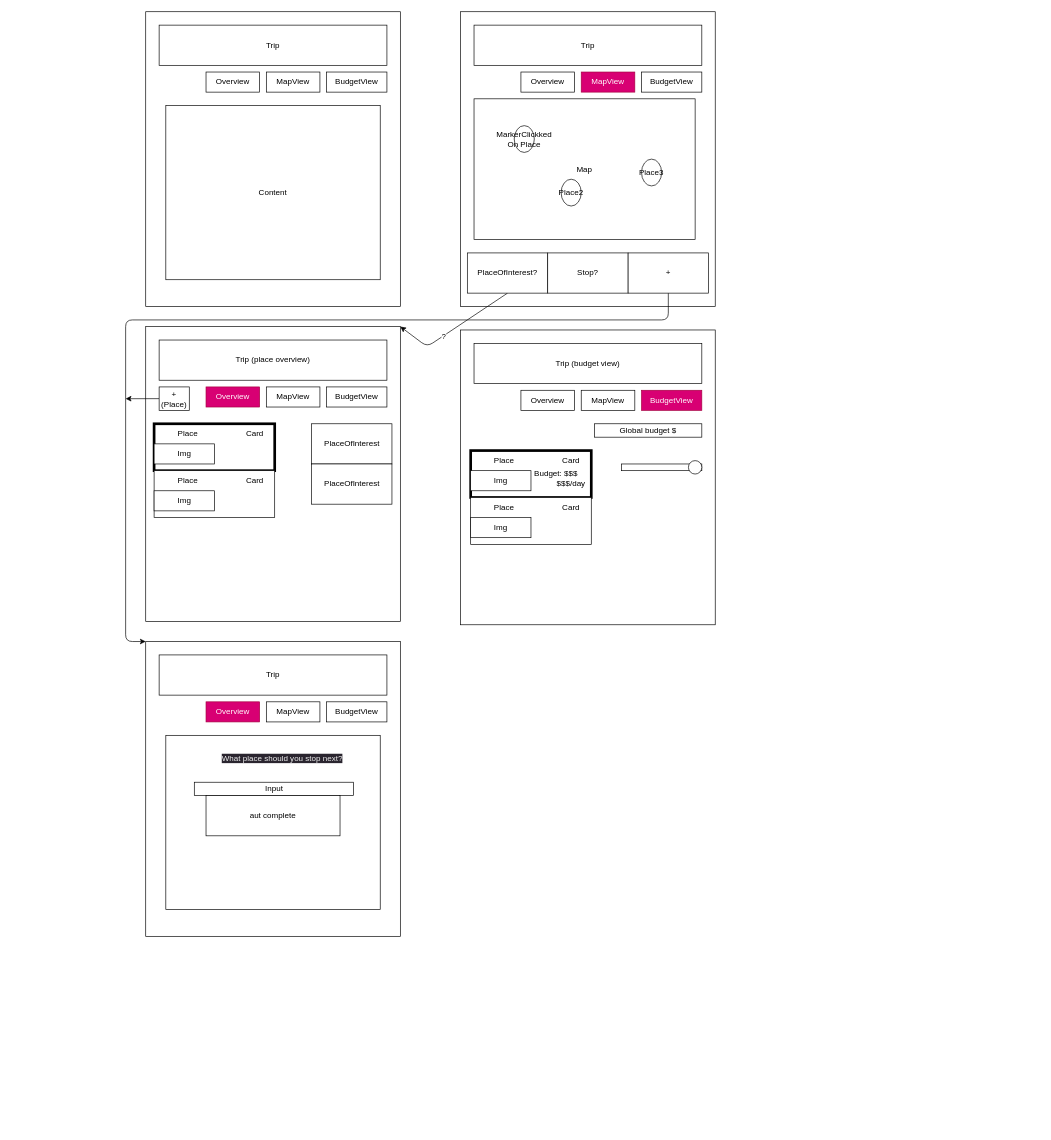
The draw.io diagram page "trip_Details_screen" (1 of 6) of docs/views.drawio in Grisou13/travel-log-app, before the edit. Source tidied: cells renumbered, new cells numbered last; positions are measured from the earlier drawing's top-left corner, leaving out a move shared by most shapes. Both pictures are drawn from the tidied source at 67%, with x=0, y=0 at pixel (125, 11).
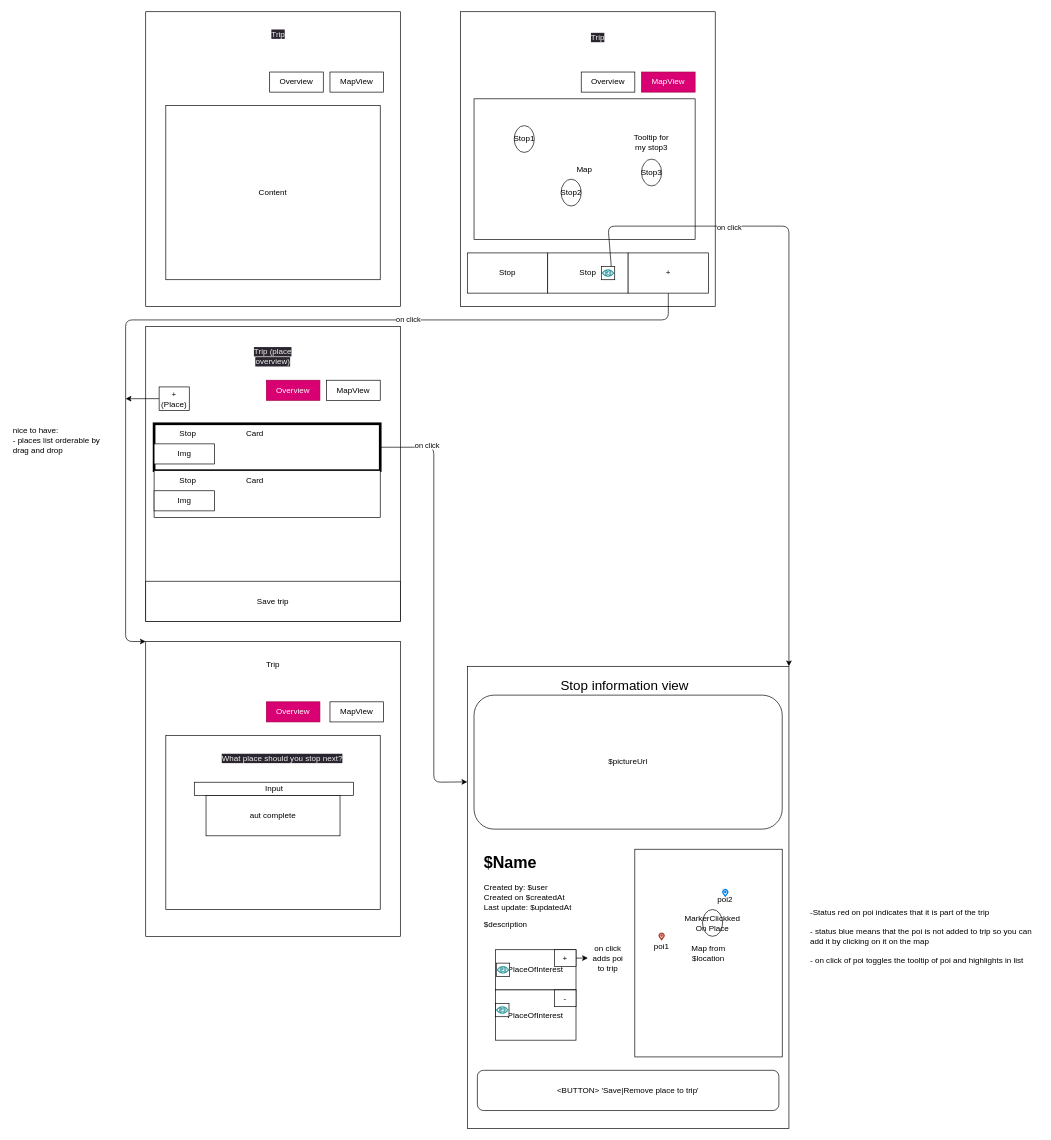
The same page after the edit.

Unchanged cells that the change refers to:
```xml
<mxCell id="17" style="edgeStyle=none;html=1;exitX=0.5;exitY=1;exitDx=0;exitDy=0;entryX=0;entryY=0;entryDx=0;entryDy=0;" parent="1" edge="1" source="18" target="58">
  <mxGeometry relative="1" as="geometry">
    <Array as="points">
      <mxPoint x="810" y="460" />
      <mxPoint y="460" />
      <mxPoint y="940" />
    </Array>
  </mxGeometry>
</mxCell>
<mxCell id="23" style="rounded=0;whiteSpace=wrap;html=1;" parent="1" vertex="1">
  <mxGeometry x="30" y="470" width="380" height="440" as="geometry" />
</mxCell>
```

Diff of the diagram source:
```diff
@@
-    <mxCell id="3" value="Trip" style="rounded=0;whiteSpace=wrap;html=1;" parent="1" vertex="1">
-      <mxGeometry x="50" y="20" width="340" height="60" as="geometry" />
-    </mxCell>
-    <mxCell id="4" value="BudgetView" style="rounded=0;whiteSpace=wrap;html=1;" parent="1" vertex="1">
-      <mxGeometry x="300" y="90" width="90" height="30" as="geometry" />
-    </mxCell>
     <mxCell id="5" value="Overview" style="rounded=0;whiteSpace=wrap;html=1;" parent="1" vertex="1">
-      <mxGeometry x="120" y="90" width="80" height="30" as="geometry" />
+      <mxGeometry x="215" y="90" width="80" height="30" as="geometry" />
     </mxCell>
     <mxCell id="6" value="MapView" style="rounded=0;whiteSpace=wrap;html=1;" parent="1" vertex="1">
-      <mxGeometry x="210" y="90" width="80" height="30" as="geometry" />
+      <mxGeometry x="305" y="90" width="80" height="30" as="geometry" />
     </mxCell>
@@
-    <mxCell id="9" value="Trip" style="rounded=0;whiteSpace=wrap;html=1;" parent="1" vertex="1">
-      <mxGeometry x="520" y="20" width="340" height="60" as="geometry" />
-    </mxCell>
-    <mxCell id="10" value="BudgetView" style="rounded=0;whiteSpace=wrap;html=1;" parent="1" vertex="1">
-      <mxGeometry x="770" y="90" width="90" height="30" as="geometry" />
-    </mxCell>
     <mxCell id="11" value="Overview" style="rounded=0;whiteSpace=wrap;html=1;" parent="1" vertex="1">
-      <mxGeometry x="590" y="90" width="80" height="30" as="geometry" />
+      <mxGeometry x="680" y="90" width="80" height="30" as="geometry" />
     </mxCell>
     <mxCell id="12" value="MapView" style="rounded=0;whiteSpace=wrap;html=1;fillColor=#d80073;fontColor=#ffffff;strokeColor=#A50040;" parent="1" vertex="1">
-      <mxGeometry x="680" y="90" width="80" height="30" as="geometry" />
+      <mxGeometry x="770" y="90" width="80" height="30" as="geometry" />
     </mxCell>
-    <mxCell id="13" style="edgeStyle=none;html=1;exitX=0.5;exitY=1;exitDx=0;exitDy=0;entryX=1;entryY=0;entryDx=0;entryDy=0;" parent="1" edge="1" source="15" target="23">
-      <mxGeometry relative="1" as="geometry">
-        <Array as="points">
-          <mxPoint x="450" y="500" />
-        </Array>
-      </mxGeometry>
-    </mxCell>
-    <mxCell id="14" value="?" style="edgeLabel;html=1;align=center;verticalAlign=middle;" parent="13" vertex="1">
-      <mxGeometry x="0.18" y="1" relative="1" as="geometry" />
-    </mxCell>
-    <mxCell id="15" value="PlaceOfInterest?" style="rounded=0;whiteSpace=wrap;html=1;" parent="1" vertex="1">
+    <mxCell id="15" value="Stop" style="rounded=0;whiteSpace=wrap;html=1;" parent="1" vertex="1">
       <mxGeometry x="510" y="360" width="120" height="60" as="geometry" />
     </mxCell>
-    <mxCell id="16" value="Stop?" style="rounded=0;whiteSpace=wrap;html=1;" parent="1" vertex="1">
+    <mxCell id="16" value="Stop" style="rounded=0;whiteSpace=wrap;html=1;" parent="1" vertex="1">
       <mxGeometry x="630" y="360" width="120" height="60" as="geometry" />
     </mxCell>
@@
+    <mxCell id="69" value="on click" style="edgeLabel;html=1;align=center;verticalAlign=middle;" parent="17" vertex="1">
+      <mxGeometry x="-0.37" y="-2" relative="1" as="geometry">
+        <mxPoint x="-1" as="offset" />
+      </mxGeometry>
+    </mxCell>
@@
-    <mxCell id="20" value="MarkerClickked&lt;br&gt;On Place" style="ellipse;whiteSpace=wrap;html=1;" parent="1" vertex="1">
+    <mxCell id="20" value="Stop1" style="ellipse;whiteSpace=wrap;html=1;" parent="1" vertex="1">
       <mxGeometry x="580" y="170" width="30" height="40" as="geometry" />
     </mxCell>
-    <mxCell id="21" value="Place2" style="ellipse;whiteSpace=wrap;html=1;" parent="1" vertex="1">
+    <mxCell id="21" value="Stop2" style="ellipse;whiteSpace=wrap;html=1;" parent="1" vertex="1">
       <mxGeometry x="650" y="250" width="30" height="40" as="geometry" />
     </mxCell>
+    <mxCell id="70" style="edgeStyle=none;html=1;exitX=0.825;exitY=0.825;exitDx=0;exitDy=0;entryX=1;entryY=0;entryDx=0;entryDy=0;exitPerimeter=0;" parent="1" edge="1" source="101" target="77">
+      <mxGeometry relative="1" as="geometry">
+        <Array as="points">
+          <mxPoint x="720" y="320" />
+          <mxPoint x="990" y="320" />
+        </Array>
+      </mxGeometry>
+    </mxCell>
+    <mxCell id="71" value="on click" style="edgeLabel;html=1;align=center;verticalAlign=middle;" parent="70" vertex="1">
+      <mxGeometry x="-0.49" y="-1" relative="1" as="geometry">
+        <mxPoint x="-1" as="offset" />
+      </mxGeometry>
+    </mxCell>
-    <mxCell id="22" value="Place3" style="ellipse;whiteSpace=wrap;html=1;" parent="1" vertex="1">
+    <mxCell id="22" value="Stop3" style="ellipse;whiteSpace=wrap;html=1;" parent="1" vertex="1">
       <mxGeometry x="770" y="220" width="30" height="40" as="geometry" />
     </mxCell>
@@
-    <mxCell id="24" value="Trip (place overview)" style="rounded=0;whiteSpace=wrap;html=1;" parent="1" vertex="1">
-      <mxGeometry x="50" y="490" width="340" height="60" as="geometry" />
-    </mxCell>
-    <mxCell id="25" value="BudgetView" style="rounded=0;whiteSpace=wrap;html=1;" parent="1" vertex="1">
-      <mxGeometry x="300" y="560" width="90" height="30" as="geometry" />
-    </mxCell>
     <mxCell id="26" value="Overview" style="rounded=0;whiteSpace=wrap;html=1;fillColor=#d80073;fontColor=#ffffff;strokeColor=#A50040;" parent="1" vertex="1">
-      <mxGeometry x="120" y="560" width="80" height="30" as="geometry" />
+      <mxGeometry x="210" y="550" width="80" height="30" as="geometry" />
     </mxCell>
     <mxCell id="27" value="MapView" style="rounded=0;whiteSpace=wrap;html=1;" parent="1" vertex="1">
-      <mxGeometry x="210" y="560" width="80" height="30" as="geometry" />
+      <mxGeometry x="300" y="550" width="80" height="30" as="geometry" />
     </mxCell>
+    <mxCell id="72" style="edgeStyle=none;html=1;exitX=1;exitY=0.5;exitDx=0;exitDy=0;entryX=0;entryY=0.25;entryDx=0;entryDy=0;" parent="1" edge="1" source="28" target="77">
+      <mxGeometry relative="1" as="geometry">
+        <Array as="points">
+          <mxPoint x="460" y="650" />
+          <mxPoint x="460" y="1150" />
+        </Array>
+      </mxGeometry>
+    </mxCell>
+    <mxCell id="73" value="on click" style="edgeLabel;html=1;align=center;verticalAlign=middle;" parent="72" vertex="1">
+      <mxGeometry x="-0.78" y="4" relative="1" as="geometry" />
+    </mxCell>
     <mxCell id="28" style="rounded=0;whiteSpace=wrap;html=1;strokeWidth=4;" parent="1" vertex="1">
-      <mxGeometry x="42.5" y="615" width="180" height="70" as="geometry" />
+      <mxGeometry x="42.5" y="615" width="337.5" height="70" as="geometry" />
     </mxCell>
@@
-    <mxCell id="31" value="PlaceOfInterest" style="rounded=0;whiteSpace=wrap;html=1;" parent="1" vertex="1">
-      <mxGeometry x="277.5" y="615" width="120" height="60" as="geometry" />
-    </mxCell>
-    <mxCell id="32" value="Place" style="text;html=1;strokeColor=none;fillColor=none;align=center;verticalAlign=middle;whiteSpace=wrap;rounded=0;" parent="1" vertex="1">
+    <mxCell id="32" value="Stop" style="text;html=1;strokeColor=none;fillColor=none;align=center;verticalAlign=middle;whiteSpace=wrap;rounded=0;" parent="1" vertex="1">
       <mxGeometry x="62.5" y="615" width="60" height="30" as="geometry" />
     </mxCell>
     <mxCell id="33" style="rounded=0;whiteSpace=wrap;html=1;" parent="1" vertex="1">
-      <mxGeometry x="42.5" y="685" width="180" height="70" as="geometry" />
+      <mxGeometry x="42.5" y="685" width="337.5" height="70" as="geometry" />
     </mxCell>
@@
-    <mxCell id="36" value="PlaceOfInterest" style="rounded=0;whiteSpace=wrap;html=1;" parent="1" vertex="1">
-      <mxGeometry x="277.5" y="675" width="120" height="60" as="geometry" />
-    </mxCell>
-    <mxCell id="37" value="Place" style="text;html=1;strokeColor=none;fillColor=none;align=center;verticalAlign=middle;whiteSpace=wrap;rounded=0;" parent="1" vertex="1">
+    <mxCell id="37" value="Stop" style="text;html=1;strokeColor=none;fillColor=none;align=center;verticalAlign=middle;whiteSpace=wrap;rounded=0;" parent="1" vertex="1">
       <mxGeometry x="62.5" y="685" width="60" height="30" as="geometry" />
     </mxCell>
-    <mxCell id="38" style="rounded=0;whiteSpace=wrap;html=1;" parent="1" vertex="1">
-      <mxGeometry x="500" y="475" width="380" height="440" as="geometry" />
-    </mxCell>
-    <mxCell id="39" value="Trip (budget view)" style="rounded=0;whiteSpace=wrap;html=1;" parent="1" vertex="1">
-      <mxGeometry x="520" y="495" width="340" height="60" as="geometry" />
-    </mxCell>
-    <mxCell id="40" value="BudgetView" style="rounded=0;whiteSpace=wrap;html=1;fillColor=#d80073;fontColor=#ffffff;strokeColor=#A50040;" parent="1" vertex="1">
-      <mxGeometry x="770" y="565" width="90" height="30" as="geometry" />
-    </mxCell>
-    <mxCell id="41" value="Overview" style="rounded=0;whiteSpace=wrap;html=1;" parent="1" vertex="1">
-      <mxGeometry x="590" y="565" width="80" height="30" as="geometry" />
-    </mxCell>
-    <mxCell id="42" value="MapView" style="rounded=0;whiteSpace=wrap;html=1;" parent="1" vertex="1">
-      <mxGeometry x="680" y="565" width="80" height="30" as="geometry" />
-    </mxCell>
-    <mxCell id="43" style="rounded=0;whiteSpace=wrap;html=1;strokeWidth=4;" parent="1" vertex="1">
-      <mxGeometry x="515" y="655" width="180" height="70" as="geometry" />
-    </mxCell>
-    <mxCell id="44" value="Card" style="text;html=1;strokeColor=none;fillColor=none;align=center;verticalAlign=middle;whiteSpace=wrap;rounded=0;" parent="1" vertex="1">
-      <mxGeometry x="635" y="655" width="60" height="30" as="geometry" />
-    </mxCell>
-    <mxCell id="45" value="Img" style="rounded=0;whiteSpace=wrap;html=1;" parent="1" vertex="1">
-      <mxGeometry x="515" y="685" width="90" height="30" as="geometry" />
-    </mxCell>
-    <mxCell id="46" value="Place" style="text;html=1;strokeColor=none;fillColor=none;align=center;verticalAlign=middle;whiteSpace=wrap;rounded=0;" parent="1" vertex="1">
-      <mxGeometry x="535" y="655" width="60" height="30" as="geometry" />
-    </mxCell>
-    <mxCell id="47" style="rounded=0;whiteSpace=wrap;html=1;" parent="1" vertex="1">
-      <mxGeometry x="515" y="725" width="180" height="70" as="geometry" />
-    </mxCell>
-    <mxCell id="48" value="Card" style="text;html=1;strokeColor=none;fillColor=none;align=center;verticalAlign=middle;whiteSpace=wrap;rounded=0;" parent="1" vertex="1">
-      <mxGeometry x="635" y="725" width="60" height="30" as="geometry" />
-    </mxCell>
-    <mxCell id="49" value="Img" style="rounded=0;whiteSpace=wrap;html=1;" parent="1" vertex="1">
-      <mxGeometry x="515" y="755" width="90" height="30" as="geometry" />
-    </mxCell>
-    <mxCell id="50" value="Place" style="text;html=1;strokeColor=none;fillColor=none;align=center;verticalAlign=middle;whiteSpace=wrap;rounded=0;" parent="1" vertex="1">
-      <mxGeometry x="535" y="725" width="60" height="30" as="geometry" />
-    </mxCell>
-    <mxCell id="51" value="Budget: $$$" style="text;html=1;strokeColor=none;fillColor=none;align=center;verticalAlign=middle;whiteSpace=wrap;rounded=0;" parent="1" vertex="1">
-      <mxGeometry x="600" y="675" width="85" height="30" as="geometry" />
-    </mxCell>
-    <mxCell id="52" value="Global budget $" style="rounded=0;whiteSpace=wrap;html=1;" parent="1" vertex="1">
-      <mxGeometry x="700" y="615" width="160" height="20" as="geometry" />
-    </mxCell>
-    <mxCell id="53" style="rounded=0;whiteSpace=wrap;html=1;" parent="1" vertex="1">
-      <mxGeometry x="740" y="675" width="120" height="10" as="geometry" />
-    </mxCell>
-    <mxCell id="54" style="ellipse;whiteSpace=wrap;html=1;" parent="1" vertex="1">
-      <mxGeometry x="840" y="670" width="20" height="20" as="geometry" />
-    </mxCell>
-    <mxCell id="55" value="$$$/day" style="text;html=1;strokeColor=none;fillColor=none;align=center;verticalAlign=middle;whiteSpace=wrap;rounded=0;" parent="1" vertex="1">
-      <mxGeometry x="635" y="690" width="60" height="30" as="geometry" />
-    </mxCell>
@@
-    <mxCell id="59" value="Trip" style="rounded=0;whiteSpace=wrap;html=1;" parent="1" vertex="1">
-      <mxGeometry x="50" y="960" width="340" height="60" as="geometry" />
-    </mxCell>
-    <mxCell id="60" value="BudgetView" style="rounded=0;whiteSpace=wrap;html=1;" parent="1" vertex="1">
-      <mxGeometry x="300" y="1030" width="90" height="30" as="geometry" />
-    </mxCell>
     <mxCell id="61" value="Overview" style="rounded=0;whiteSpace=wrap;html=1;fillColor=#d80073;fontColor=#ffffff;strokeColor=#A50040;" parent="1" vertex="1">
-      <mxGeometry x="120" y="1030" width="80" height="30" as="geometry" />
+      <mxGeometry x="210" y="1030" width="80" height="30" as="geometry" />
     </mxCell>
     <mxCell id="62" value="MapView" style="rounded=0;whiteSpace=wrap;html=1;" parent="1" vertex="1">
-      <mxGeometry x="210" y="1030" width="80" height="30" as="geometry" />
+      <mxGeometry x="305" y="1030" width="80" height="30" as="geometry" />
     </mxCell>
@@
+    <mxCell id="74" value="Trip" style="text;html=1;strokeColor=none;fillColor=none;align=center;verticalAlign=middle;whiteSpace=wrap;rounded=0;" parent="1" vertex="1">
+      <mxGeometry x="190" y="960" width="60" height="30" as="geometry" />
+    </mxCell>
+    <mxCell id="24" value="&lt;span style=&quot;color: rgb(240, 240, 240); font-family: Helvetica; font-size: 12px; font-style: normal; font-variant-ligatures: normal; font-variant-caps: normal; font-weight: 400; letter-spacing: normal; orphans: 2; text-align: center; text-indent: 0px; text-transform: none; widows: 2; word-spacing: 0px; -webkit-text-stroke-width: 0px; background-color: rgb(42, 37, 47); text-decoration-thickness: initial; text-decoration-style: initial; text-decoration-color: initial; float: none; display: inline !important;&quot;&gt;Trip (place overview)&lt;/span&gt;" style="text;html=1;strokeColor=none;fillColor=none;align=center;verticalAlign=middle;whiteSpace=wrap;rounded=0;" parent="1" vertex="1">
+      <mxGeometry x="190" y="500" width="60" height="30" as="geometry" />
+    </mxCell>
+    <mxCell id="75" value="&lt;span style=&quot;color: rgb(240, 240, 240); font-family: Helvetica; font-size: 12px; font-style: normal; font-variant-ligatures: normal; font-variant-caps: normal; font-weight: 400; letter-spacing: normal; orphans: 2; text-indent: 0px; text-transform: none; widows: 2; word-spacing: 0px; -webkit-text-stroke-width: 0px; background-color: rgb(42, 37, 47); text-decoration-thickness: initial; text-decoration-style: initial; text-decoration-color: initial; float: none; display: inline !important;&quot;&gt;Trip&lt;/span&gt;" style="text;whiteSpace=wrap;html=1;align=center;" parent="1" vertex="1">
+      <mxGeometry x="600" y="25" width="210" height="50" as="geometry" />
+    </mxCell>
+    <mxCell id="76" value="&lt;span style=&quot;color: rgb(240, 240, 240); font-family: Helvetica; font-size: 12px; font-style: normal; font-variant-ligatures: normal; font-variant-caps: normal; font-weight: 400; letter-spacing: normal; orphans: 2; text-indent: 0px; text-transform: none; widows: 2; word-spacing: 0px; -webkit-text-stroke-width: 0px; background-color: rgb(42, 37, 47); text-decoration-thickness: initial; text-decoration-style: initial; text-decoration-color: initial; float: none; display: inline !important;&quot;&gt;Trip&lt;/span&gt;" style="text;whiteSpace=wrap;html=1;align=center;" parent="1" vertex="1">
+      <mxGeometry x="122.5" y="20" width="210" height="50" as="geometry" />
+    </mxCell>
+    <mxCell id="77" style="rounded=0;whiteSpace=wrap;html=1;" parent="1" vertex="1">
+      <mxGeometry x="510" y="977" width="480" height="690" as="geometry" />
+    </mxCell>
+    <mxCell id="78" value="Stop information view" style="text;html=1;strokeColor=none;fillColor=none;align=center;verticalAlign=middle;whiteSpace=wrap;rounded=0;fontSize=20;" parent="1" vertex="1">
+      <mxGeometry x="520" y="990" width="450" height="30" as="geometry" />
+    </mxCell>
+    <mxCell id="79" value="$pictureUrl" style="rounded=1;whiteSpace=wrap;html=1;" parent="1" vertex="1">
+      <mxGeometry x="520" y="1020" width="460" height="200" as="geometry" />
+    </mxCell>
+    <mxCell id="80" value="&lt;h1&gt;$Name&lt;br&gt;&lt;/h1&gt;&lt;p&gt;Created by: $user&lt;br&gt;Created on $createdAt&lt;br&gt;Last update: $updatedAt&lt;br&gt;&lt;/p&gt;&lt;p&gt;$description&lt;/p&gt;" style="text;html=1;strokeColor=none;fillColor=none;spacing=5;spacingTop=-20;whiteSpace=wrap;overflow=hidden;rounded=0;" parent="1" vertex="1">
+      <mxGeometry x="530" y="1250" width="440" height="300" as="geometry" />
+    </mxCell>
+    <mxCell id="81" value="Map from&lt;br&gt;$location" style="rounded=0;whiteSpace=wrap;html=1;" parent="1" vertex="1">
+      <mxGeometry x="760" y="1250" width="220" height="310" as="geometry" />
+    </mxCell>
+    <mxCell id="82" value="&amp;lt;BUTTON&amp;gt; 'Save|Remove place to trip'" style="rounded=1;whiteSpace=wrap;html=1;" parent="1" vertex="1">
+      <mxGeometry x="525" y="1580" width="450" height="60" as="geometry" />
+    </mxCell>
+    <mxCell id="83" value="-Status red on poi indicates that it is part of the trip&lt;br&gt;&lt;br&gt;- status blue means that the poi is not added to trip so you can add it by clicking on it on the map&lt;br&gt;&lt;br&gt;- on click of poi toggles the tooltip of poi and highlights in list" style="text;html=1;strokeColor=none;fillColor=none;align=left;verticalAlign=middle;whiteSpace=wrap;rounded=0;labelBackgroundColor=none;" parent="1" vertex="1">
+      <mxGeometry x="1020" y="1300" width="345" height="160" as="geometry" />
+    </mxCell>
+    <mxCell id="84" value="nice to have:&lt;br&gt;- places list orderable by drag and drop" style="text;html=1;strokeColor=none;fillColor=none;align=left;verticalAlign=middle;whiteSpace=wrap;rounded=0;labelBackgroundColor=none;" parent="1" vertex="1">
+      <mxGeometry x="-170" y="570" width="150" height="140" as="geometry" />
+    </mxCell>
+    <mxCell id="85" value="Save trip" style="rounded=0;whiteSpace=wrap;html=1;labelBackgroundColor=none;" parent="1" vertex="1">
+      <mxGeometry x="30" y="850" width="380" height="60" as="geometry" />
+    </mxCell>
+    <mxCell id="31" value="PlaceOfInterest" style="rounded=0;whiteSpace=wrap;html=1;" parent="1" vertex="1">
+      <mxGeometry x="552.2" y="1400" width="120" height="60" as="geometry" />
+    </mxCell>
+    <mxCell id="36" value="PlaceOfInterest" style="rounded=0;whiteSpace=wrap;html=1;" parent="1" vertex="1">
+      <mxGeometry x="552.2" y="1460" width="120" height="75" as="geometry" />
+    </mxCell>
+    <mxCell id="86" style="edgeStyle=none;html=1;exitX=1;exitY=0.5;exitDx=0;exitDy=0;" parent="1" edge="1" source="87" target="93">
+      <mxGeometry relative="1" as="geometry" />
+    </mxCell>
+    <mxCell id="87" value="+" style="rounded=0;whiteSpace=wrap;html=1;" parent="1" vertex="1">
+      <mxGeometry x="640.1" y="1400" width="32.1" height="25" as="geometry" />
+    </mxCell>
+    <mxCell id="88" value="-" style="rounded=0;whiteSpace=wrap;html=1;" parent="1" vertex="1">
+      <mxGeometry x="640.1" y="1460" width="32.1" height="25" as="geometry" />
+    </mxCell>
+    <mxCell id="89" style="rounded=0;whiteSpace=wrap;html=1;labelBackgroundColor=#999900;" parent="1" vertex="1">
+      <mxGeometry x="552.2" y="1480" width="20" height="20" as="geometry" />
+    </mxCell>
+    <mxCell id="90" style="shape=mxgraph.signs.healthcare.eye;html=1;fillColor=#b0e3e6;strokeColor=#0e8088;verticalLabelPosition=bottom;verticalAlign=top;align=center;labelBackgroundColor=#999900;" parent="1" vertex="1">
+      <mxGeometry x="553.2" y="1485" width="18" height="10" as="geometry" />
+    </mxCell>
+    <mxCell id="91" style="rounded=0;whiteSpace=wrap;html=1;labelBackgroundColor=#999900;" parent="1" vertex="1">
+      <mxGeometry x="553.2" y="1420" width="20" height="20" as="geometry" />
+    </mxCell>
+    <mxCell id="92" style="shape=mxgraph.signs.healthcare.eye;html=1;fillColor=#b0e3e6;strokeColor=#0e8088;verticalLabelPosition=bottom;verticalAlign=top;align=center;labelBackgroundColor=#999900;" parent="1" vertex="1">
+      <mxGeometry x="554.2" y="1425" width="18" height="10" as="geometry" />
+    </mxCell>
+    <mxCell id="93" value="on click adds poi to trip" style="text;html=1;strokeColor=none;fillColor=none;align=center;verticalAlign=middle;whiteSpace=wrap;rounded=0;" parent="1" vertex="1">
+      <mxGeometry x="690" y="1385" width="60" height="55" as="geometry" />
+    </mxCell>
+    <mxCell id="94" value="MarkerClickked&lt;br&gt;On Place" style="ellipse;whiteSpace=wrap;html=1;" parent="1" vertex="1">
+      <mxGeometry x="861" y="1340" width="30" height="40" as="geometry" />
+    </mxCell>
+    <mxCell id="95" style="html=1;verticalLabelPosition=bottom;align=center;labelBackgroundColor=#999900;verticalAlign=top;strokeWidth=2;strokeColor=#ae4132;shadow=0;dashed=0;shape=mxgraph.ios7.icons.location;fillColor=#fad9d5;" parent="1" vertex="1">
+      <mxGeometry x="796" y="1375" width="8" height="10" as="geometry" />
+    </mxCell>
+    <mxCell id="96" style="html=1;verticalLabelPosition=bottom;align=center;labelBackgroundColor=#ffffff;verticalAlign=top;strokeWidth=2;strokeColor=#0080F0;shadow=0;dashed=0;shape=mxgraph.ios7.icons.location;" parent="1" vertex="1">
+      <mxGeometry x="891" y="1310" width="8" height="10" as="geometry" />
+    </mxCell>
+    <mxCell id="97" value="poi1" style="text;html=1;strokeColor=none;fillColor=none;align=center;verticalAlign=middle;whiteSpace=wrap;rounded=0;" parent="1" vertex="1">
+      <mxGeometry x="770" y="1390" width="60" height="10" as="geometry" />
+    </mxCell>
+    <mxCell id="98" value="poi2" style="text;html=1;strokeColor=none;fillColor=none;align=center;verticalAlign=middle;whiteSpace=wrap;rounded=0;" parent="1" vertex="1">
+      <mxGeometry x="865" y="1320" width="60" height="10" as="geometry" />
+    </mxCell>
+    <mxCell id="99" value="Tooltip for my stop3" style="text;html=1;strokeColor=none;fillColor=none;align=center;verticalAlign=middle;whiteSpace=wrap;rounded=0;labelBackgroundColor=none;" parent="1" vertex="1">
+      <mxGeometry x="755" y="180" width="60" height="30" as="geometry" />
+    </mxCell>
+    <mxCell id="100" style="rounded=0;whiteSpace=wrap;html=1;labelBackgroundColor=#999900;" parent="1" vertex="1">
+      <mxGeometry x="710" y="380" width="20" height="20" as="geometry" />
+    </mxCell>
+    <mxCell id="101" style="shape=mxgraph.signs.healthcare.eye;html=1;fillColor=#b0e3e6;strokeColor=#0e8088;verticalLabelPosition=bottom;verticalAlign=top;align=center;labelBackgroundColor=#999900;" parent="1" vertex="1">
+      <mxGeometry x="711" y="385" width="18" height="10" as="geometry" />
+    </mxCell>
```
